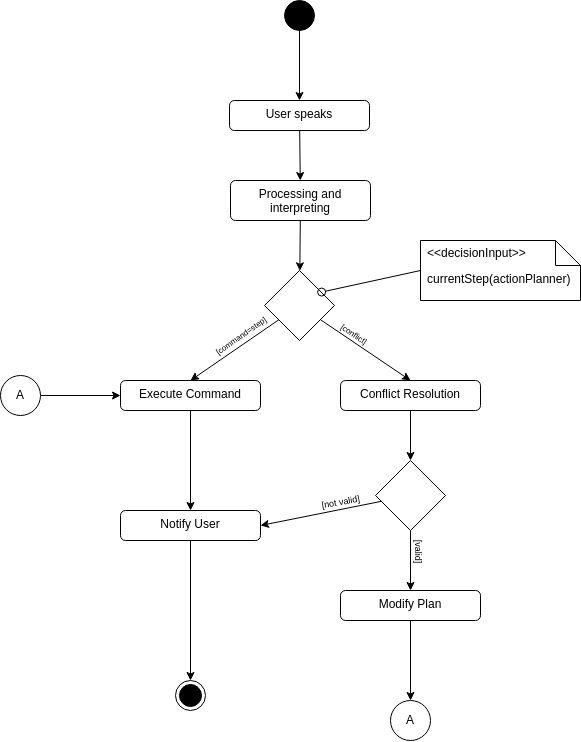
ignithor/Assignment_Cogar_Group_C keeps this draw.io diagram as src/human_command/diagrams/activity_diagram.drawio.png. Above is the earlier version. Source tidied: cells renumbered, new cells last; positions are measured from the earlier drawing's top-left corner, leaving out a move shared by most shapes.
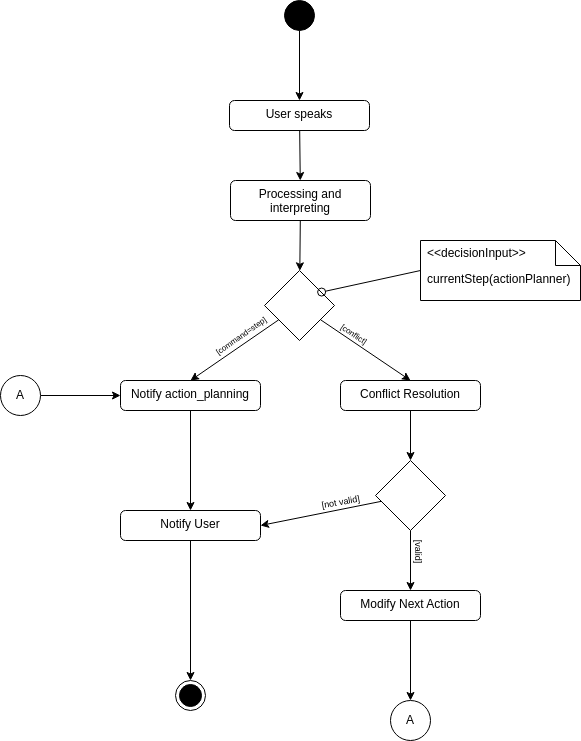
After the commit.

Commit message:
Update diagram human_command

What changed in the source:
```diff
@@ -35,7 +35,7 @@
     <mxCell id="12" style="edgeStyle=none;html=1;" parent="1" edge="1" source="13" target="22">
       <mxGeometry relative="1" as="geometry" />
     </mxCell>
-    <mxCell id="13" value="Execute Command" style="html=1;align=center;verticalAlign=top;rounded=1;absoluteArcSize=1;arcSize=10;dashed=0;whiteSpace=wrap;" parent="1" vertex="1">
+    <mxCell id="13" value="Notify action_planning" style="html=1;align=center;verticalAlign=top;rounded=1;absoluteArcSize=1;arcSize=10;dashed=0;whiteSpace=wrap;" parent="1" vertex="1">
       <mxGeometry x="120" y="380" width="140" height="30" as="geometry" />
     </mxCell>
     <mxCell id="14" style="edgeStyle=none;html=1;" parent="1" edge="1" source="15" target="18">
@@ -56,7 +56,7 @@
     <mxCell id="19" style="edgeStyle=none;html=1;entryX=0.5;entryY=0;entryDx=0;entryDy=0;" parent="1" edge="1" source="20" target="30">
       <mxGeometry relative="1" as="geometry" />
     </mxCell>
-    <mxCell id="20" value="Modify Plan" style="html=1;align=center;verticalAlign=top;rounded=1;absoluteArcSize=1;arcSize=10;dashed=0;whiteSpace=wrap;" parent="1" vertex="1">
+    <mxCell id="20" value="Modify Next Action" style="html=1;align=center;verticalAlign=top;rounded=1;absoluteArcSize=1;arcSize=10;dashed=0;whiteSpace=wrap;" parent="1" vertex="1">
       <mxGeometry x="340" y="590" width="140" height="30" as="geometry" />
     </mxCell>
     <mxCell id="21" style="edgeStyle=none;html=1;entryX=0.5;entryY=0;entryDx=0;entryDy=0;" parent="1" edge="1" source="22" target="5">
```
